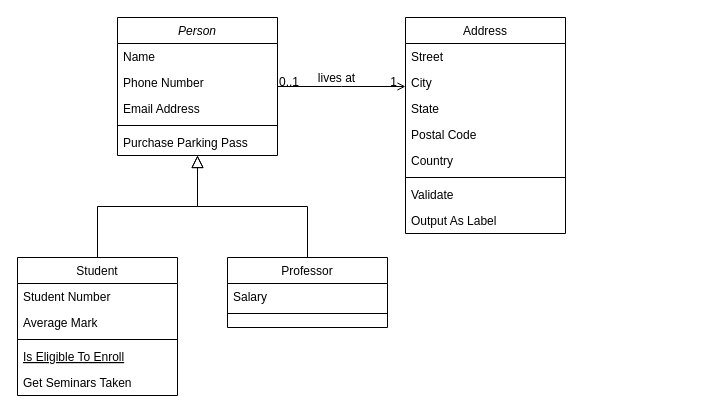
Above: Robot_code.drawio in sv42008/recipe2 (draw.io), before the change. Source tidied: cells renumbered, new cells numbered last; positions are measured from the earlier drawing's top-left corner, leaving out a move shared by most shapes. Both pictures are drawn from the tidied source at 100%, with x=0, y=0 at pixel (17, 17).
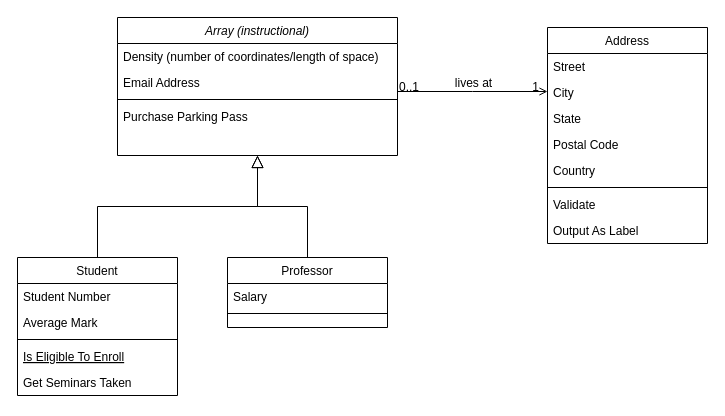
Above is the later version.

The edit, as a diff of the source:
```diff
@@
-    <mxCell id="2" value="Person" style="swimlane;fontStyle=2;align=center;verticalAlign=top;horizontal=1;startSize=26;rounded=0;shadow=0;strokeWidth=1;" parent="1" vertex="1">
-      <mxGeometry x="100" width="160" height="138" as="geometry" />
+    <mxCell id="2" value="Array (instructional)" style="swimlane;fontStyle=2;align=center;verticalAlign=top;horizontal=1;startSize=26;rounded=0;shadow=0;strokeWidth=1;" parent="1" vertex="1">
+      <mxGeometry x="100" width="280" height="138" as="geometry" />
     </mxCell>
-    <mxCell id="3" value="Name" style="text;align=left;verticalAlign=top;spacingLeft=4;spacingRight=4;overflow=hidden;" parent="2" vertex="1">
-      <mxGeometry y="26" width="160" height="26" as="geometry" />
-    </mxCell>
-    <mxCell id="4" value="Phone Number" style="text;align=left;verticalAlign=top;spacingLeft=4;spacingRight=4;overflow=hidden;rounded=0;shadow=0;html=0;" parent="2" vertex="1">
-      <mxGeometry y="52" width="160" height="26" as="geometry" />
+    <mxCell id="4" value="Density (number of coordinates/length of space)" style="text;align=left;verticalAlign=top;spacingLeft=4;spacingRight=4;overflow=hidden;rounded=0;shadow=0;html=0;" parent="2" vertex="1">
+      <mxGeometry y="26" width="280" height="26" as="geometry" />
     </mxCell>
     <mxCell id="5" value="Email Address" style="text;align=left;verticalAlign=top;spacingLeft=4;spacingRight=4;overflow=hidden;rounded=0;shadow=0;html=0;" parent="2" vertex="1">
-      <mxGeometry y="78" width="160" height="26" as="geometry" />
+      <mxGeometry y="52" width="280" height="26" as="geometry" />
     </mxCell>
     <mxCell id="6" style="line;html=1;strokeWidth=1;align=left;verticalAlign=middle;spacingTop=-1;spacingLeft=3;spacingRight=3;labelPosition=right;" parent="2" vertex="1">
-      <mxGeometry y="104" width="160" height="8" as="geometry" />
+      <mxGeometry y="78" width="280" height="8" as="geometry" />
     </mxCell>
     <mxCell id="7" value="Purchase Parking Pass" style="text;align=left;verticalAlign=top;spacingLeft=4;spacingRight=4;overflow=hidden;" parent="2" vertex="1">
-      <mxGeometry y="112" width="160" height="26" as="geometry" />
+      <mxGeometry y="86" width="280" height="26" as="geometry" />
     </mxCell>
@@
     <mxCell id="19" value="Address" style="swimlane;fontStyle=0;align=center;verticalAlign=top;horizontal=1;startSize=26;rounded=0;shadow=0;strokeWidth=1;" parent="1" vertex="1">
-      <mxGeometry x="388" width="160" height="216" as="geometry" />
+      <mxGeometry x="530" y="10" width="160" height="216" as="geometry" />
     </mxCell>
```
